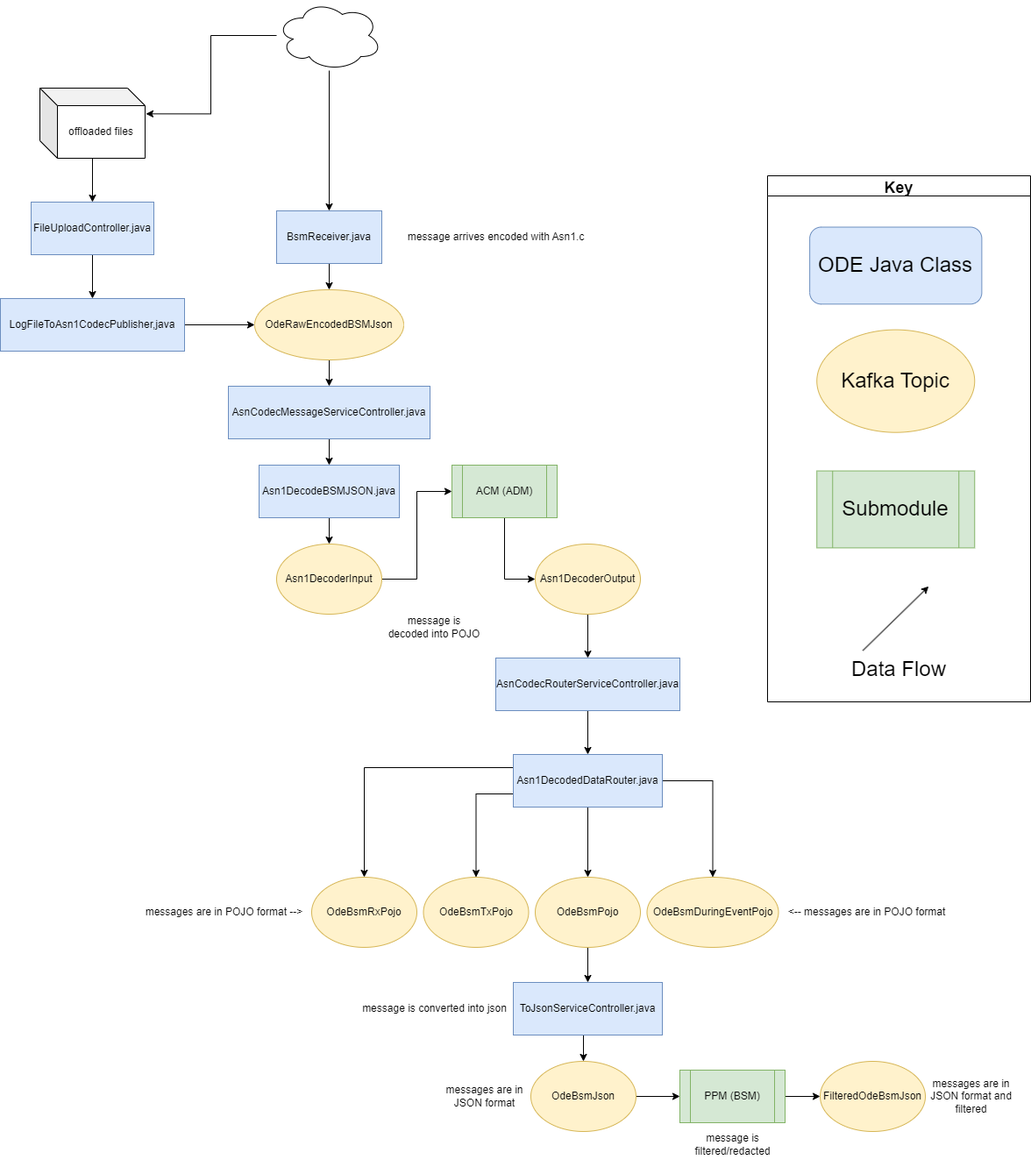
This is docs/data-flow-diagrams/bsm/BSM Data Flow.drawio.png from usdot-jpo-ode/jpo-ode, a draw.io export, as it was before one commit. Source tidied: cells renumbered, new cells last; positions are measured from the earlier drawing's top-left corner, leaving out a move shared by most shapes.
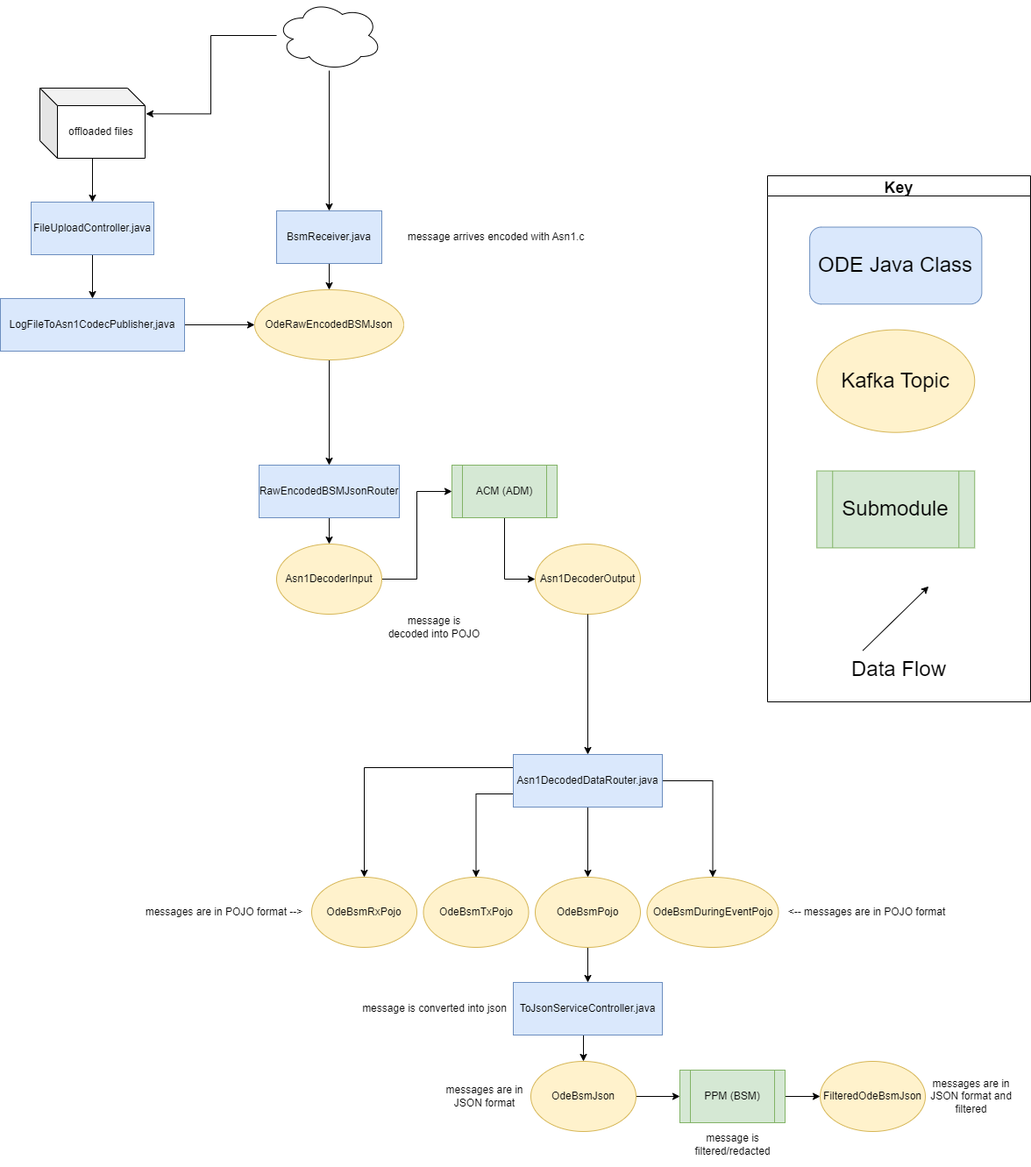
The same diagram one commit later.

Diff of the diagram source:
```diff
@@ -35,7 +35,7 @@
     <mxCell id="12" value="BsmReceiver.java" style="rounded=0;whiteSpace=wrap;html=1;fillColor=#dae8fc;strokeColor=#6c8ebf;" parent="1" vertex="1">
       <mxGeometry x="315" y="240" width="120" height="60" as="geometry" />
     </mxCell>
-    <mxCell id="13" style="edgeStyle=orthogonalEdgeStyle;rounded=0;jettySize=auto;html=1;entryX=0.5;entryY=0;entryDx=0;entryDy=0;" parent="1" edge="1" source="14" target="18">
+    <mxCell id="13" style="edgeStyle=orthogonalEdgeStyle;rounded=0;jettySize=auto;html=1;entryX=0.5;entryY=0;entryDx=0;entryDy=0;" parent="1" edge="1" source="14" target="20">
       <mxGeometry relative="1" as="geometry" />
     </mxCell>
     <mxCell id="14" value="OdeRawEncodedBSMJson" style="ellipse;whiteSpace=wrap;html=1;fillColor=#fff2cc;strokeColor=#d6b656;" parent="1" vertex="1">
@@ -47,16 +47,10 @@
     <mxCell id="16" value="ACM (ADM)" style="shape=process;whiteSpace=wrap;html=1;backgroundOutline=1;fillColor=#d5e8d4;strokeColor=#82b366;" parent="1" vertex="1">
       <mxGeometry x="515" y="530" width="120" height="60" as="geometry" />
     </mxCell>
-    <mxCell id="17" style="edgeStyle=orthogonalEdgeStyle;rounded=0;jettySize=auto;html=1;entryX=0.5;entryY=0;entryDx=0;entryDy=0;exitX=0.5;exitY=1;exitDx=0;exitDy=0;" parent="1" edge="1" source="18" target="20">
-      <mxGeometry relative="1" as="geometry" />
-    </mxCell>
-    <mxCell id="18" value="AsnCodecMessageServiceController.java" style="rounded=0;whiteSpace=wrap;html=1;fillColor=#dae8fc;strokeColor=#6c8ebf;" parent="1" vertex="1">
-      <mxGeometry x="260" y="440" width="230" height="60" as="geometry" />
-    </mxCell>
     <mxCell id="19" style="edgeStyle=orthogonalEdgeStyle;rounded=0;jettySize=auto;html=1;labelBackgroundColor=none;fontSize=18;" parent="1" edge="1" source="20" target="22">
       <mxGeometry relative="1" as="geometry" />
     </mxCell>
-    <mxCell id="20" value="Asn1DecodeBSMJSON.java" style="rounded=0;whiteSpace=wrap;html=1;fillColor=#dae8fc;strokeColor=#6c8ebf;" parent="1" vertex="1">
+    <mxCell id="20" value="RawEncodedBSMJsonRouter" style="rounded=0;whiteSpace=wrap;html=1;fillColor=#dae8fc;strokeColor=#6c8ebf;" parent="1" vertex="1">
       <mxGeometry x="295" y="530" width="160" height="60" as="geometry" />
     </mxCell>
     <mxCell id="21" style="edgeStyle=orthogonalEdgeStyle;rounded=0;jettySize=auto;html=1;entryX=0;entryY=0.5;entryDx=0;entryDy=0;" parent="1" edge="1" source="22" target="16">
@@ -65,9 +59,6 @@
     <mxCell id="22" value="Asn1DecoderInput" style="ellipse;whiteSpace=wrap;html=1;fillColor=#fff2cc;strokeColor=#d6b656;" parent="1" vertex="1">
       <mxGeometry x="315" y="620" width="120" height="80" as="geometry" />
     </mxCell>
-    <mxCell id="23" style="edgeStyle=orthogonalEdgeStyle;rounded=0;jettySize=auto;html=1;" parent="1" edge="1" source="24" target="34">
-      <mxGeometry relative="1" as="geometry" />
-    </mxCell>
     <mxCell id="24" value="Asn1DecoderOutput" style="ellipse;whiteSpace=wrap;html=1;fillColor=#fff2cc;strokeColor=#d6b656;" parent="1" vertex="1">
       <mxGeometry x="610" y="620" width="120" height="80" as="geometry" />
     </mxCell>
@@ -95,12 +86,9 @@
     <mxCell id="32" value="OdeBsmTxPojo" style="ellipse;whiteSpace=wrap;html=1;fillColor=#fff2cc;strokeColor=#d6b656;" parent="1" vertex="1">
       <mxGeometry x="482.5" y="1000" width="120" height="80" as="geometry" />
     </mxCell>
-    <mxCell id="33" style="edgeStyle=orthogonalEdgeStyle;rounded=0;jettySize=auto;html=1;entryX=0.5;entryY=0;entryDx=0;entryDy=0;exitX=0.5;exitY=1;exitDx=0;exitDy=0;" parent="1" edge="1" source="34" target="6">
+    <mxCell id="33" style="edgeStyle=orthogonalEdgeStyle;rounded=0;jettySize=auto;html=1;entryX=0.5;entryY=0;entryDx=0;entryDy=0;exitX=0.5;exitY=1;exitDx=0;exitDy=0;" parent="1" edge="1" source="24" target="6">
       <mxGeometry relative="1" as="geometry" />
     </mxCell>
-    <mxCell id="34" value="AsnCodecRouterServiceController.java" style="rounded=0;whiteSpace=wrap;html=1;fillColor=#dae8fc;strokeColor=#6c8ebf;" parent="1" vertex="1">
-      <mxGeometry x="565" y="750" width="210" height="60" as="geometry" />
-    </mxCell>
     <mxCell id="35" style="group;" parent="1" vertex="1">
       <mxGeometry x="875" y="200" width="300" height="600" as="geometry" />
     </mxCell>
```
